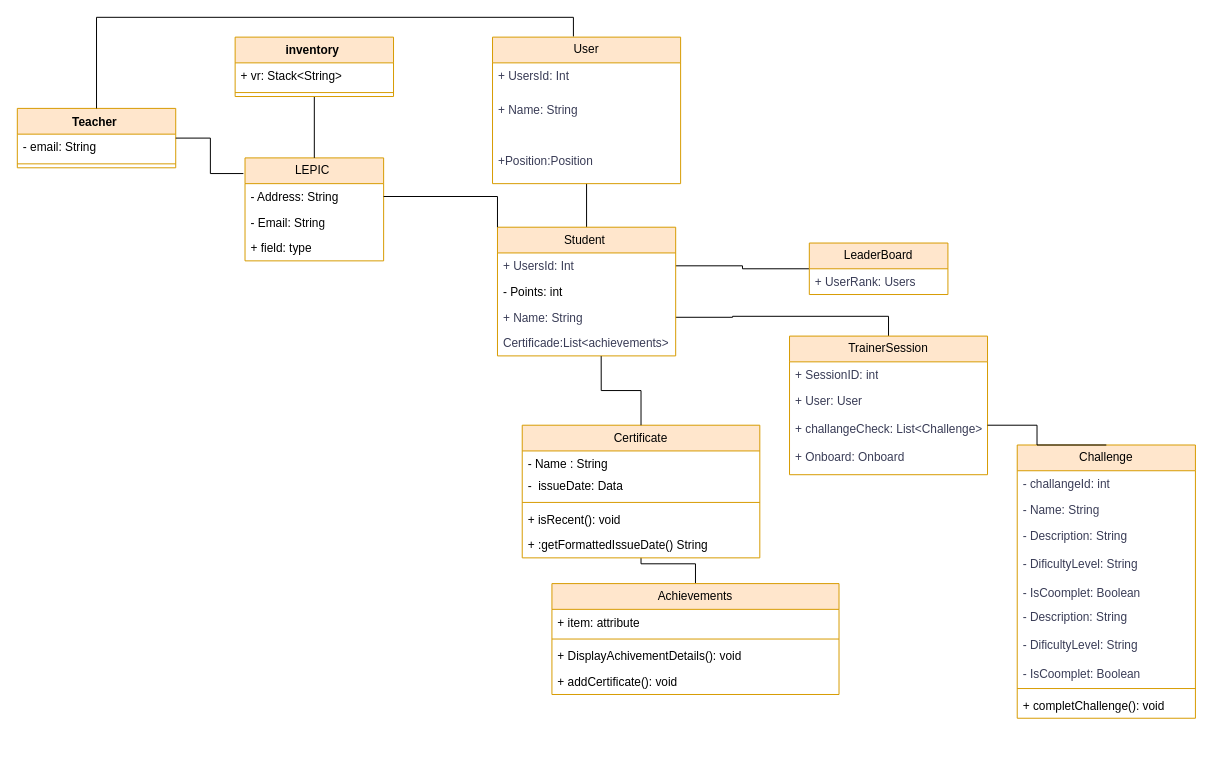
DevCodeMathias/Fiap_challange-2024 keeps this draw.io diagram as src/Model/doc/UML_fiap.drawio. Above is the earlier version. Source tidied: cells renumbered, new cells numbered last; positions are measured from the earlier drawing's top-left corner, leaving out a move shared by most shapes. Both pictures are drawn from the tidied source at 99%, with x=0, y=0 at pixel (17, 17).
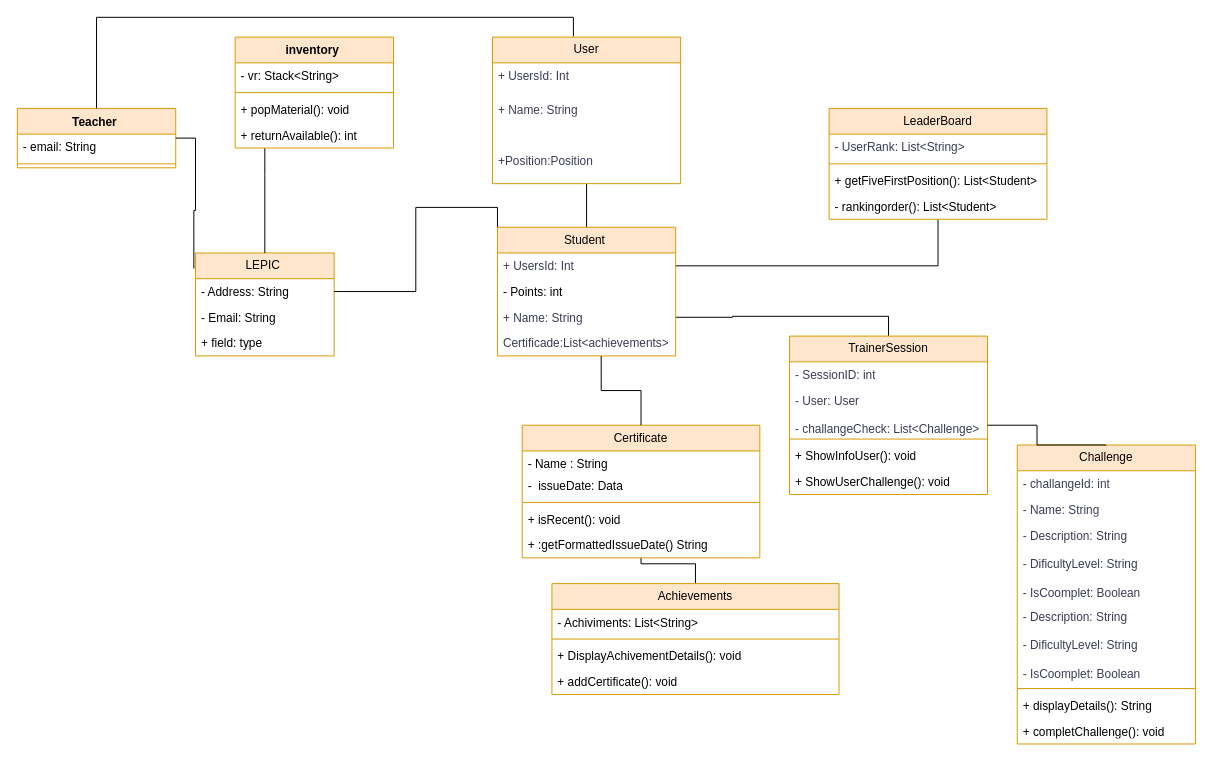
Above is the later version.

The change refers to these unchanged cells:
```xml
<mxCell id="24" value="Achievements" style="swimlane;fontStyle=0;horizontal=1;startSize=26;fillColor=#ffe6cc;whiteSpace=wrap;html=1;strokeColor=#d79b00;" parent="1" vertex="1">
  <mxGeometry x="540" y="572" width="290" height="112" as="geometry" />
</mxCell>
```

Change to the diagram source:
```diff
@@
     <mxCell id="8" value="LeaderBoard" style="swimlane;fontStyle=0;horizontal=1;startSize=26;fillColor=#ffe6cc;whiteSpace=wrap;html=1;labelBackgroundColor=none;strokeColor=#d79b00;" parent="1" vertex="1">
-      <mxGeometry x="800" y="228" width="140" height="52" as="geometry" />
+      <mxGeometry x="820" y="92" width="220" height="112" as="geometry" />
     </mxCell>
-    <mxCell id="9" value="+ UserRank: Users" style="text;strokeColor=none;fillColor=none;align=left;verticalAlign=top;spacingLeft=4;spacingRight=4;overflow=hidden;whiteSpace=wrap;html=1;labelBackgroundColor=none;fontColor=#393C56;" parent="8" vertex="1">
-      <mxGeometry y="26" width="140" height="26" as="geometry" />
+    <mxCell id="9" value="- UserRank: List&amp;lt;String&amp;gt;" style="text;strokeColor=none;fillColor=none;align=left;verticalAlign=top;spacingLeft=4;spacingRight=4;overflow=hidden;whiteSpace=wrap;html=1;labelBackgroundColor=none;fontColor=#393C56;" parent="8" vertex="1">
+      <mxGeometry y="26" width="220" height="26" as="geometry" />
     </mxCell>
+    <mxCell id="55" style="line;strokeWidth=1;fillColor=none;align=left;verticalAlign=middle;spacingTop=-1;spacingLeft=3;spacingRight=3;labelPosition=right;strokeColor=inherit;" parent="8" vertex="1">
+      <mxGeometry y="52" width="220" height="8" as="geometry" />
+    </mxCell>
+    <mxCell id="56" value="+ getFiveFirstPosition(): List&amp;lt;Student&amp;gt;&amp;nbsp;" style="text;strokeColor=none;fillColor=none;align=left;verticalAlign=top;spacingLeft=4;spacingRight=4;overflow=hidden;whiteSpace=wrap;html=1;" parent="8" vertex="1">
+      <mxGeometry y="60" width="220" height="26" as="geometry" />
+    </mxCell>
+    <mxCell id="57" value="- rankingorder(): List&amp;lt;Student&amp;gt;" style="text;strokeColor=none;fillColor=none;align=left;verticalAlign=top;spacingLeft=4;spacingRight=4;overflow=hidden;whiteSpace=wrap;html=1;" parent="8" vertex="1">
+      <mxGeometry y="86" width="220" height="26" as="geometry" />
+    </mxCell>
@@
     <mxCell id="11" value="TrainerSession" style="swimlane;fontStyle=0;horizontal=1;startSize=26;fillColor=#ffe6cc;whiteSpace=wrap;html=1;labelBackgroundColor=none;strokeColor=#d79b00;" parent="1" vertex="1">
-      <mxGeometry x="780" y="322" width="200" height="140" as="geometry" />
+      <mxGeometry x="780" y="322" width="200" height="160" as="geometry" />
     </mxCell>
-    <mxCell id="12" value="+ SessionID: int" style="text;strokeColor=none;fillColor=none;align=left;verticalAlign=top;spacingLeft=4;spacingRight=4;overflow=hidden;whiteSpace=wrap;html=1;labelBackgroundColor=none;fontColor=#393C56;" parent="11" vertex="1">
+    <mxCell id="12" value="- SessionID: int" style="text;strokeColor=none;fillColor=none;align=left;verticalAlign=top;spacingLeft=4;spacingRight=4;overflow=hidden;whiteSpace=wrap;html=1;labelBackgroundColor=none;fontColor=#393C56;" parent="11" vertex="1">
       <mxGeometry y="26" width="200" height="26" as="geometry" />
     </mxCell>
-    <mxCell id="13" value="+ User: User" style="text;strokeColor=none;fillColor=none;align=left;verticalAlign=top;spacingLeft=4;spacingRight=4;overflow=hidden;whiteSpace=wrap;html=1;labelBackgroundColor=none;fontColor=#393C56;" parent="11" vertex="1">
+    <mxCell id="13" value="- User: User" style="text;strokeColor=none;fillColor=none;align=left;verticalAlign=top;spacingLeft=4;spacingRight=4;overflow=hidden;whiteSpace=wrap;html=1;labelBackgroundColor=none;fontColor=#393C56;" parent="11" vertex="1">
       <mxGeometry y="52" width="200" height="28" as="geometry" />
     </mxCell>
-    <mxCell id="14" value="+ challangeCheck: List&amp;lt;Challenge&amp;gt;&lt;div&gt;&lt;br&gt;&lt;/div&gt;&lt;div&gt;+ Onboard: Onboard&lt;div&gt;&lt;br&gt;&lt;/div&gt;&lt;/div&gt;" style="text;strokeColor=none;fillColor=none;align=left;verticalAlign=top;spacingLeft=4;spacingRight=4;overflow=hidden;points=[[0,0.5],[1,0.5]];portConstraint=eastwest;whiteSpace=wrap;html=1;labelBackgroundColor=none;fontColor=#393C56;" parent="11" vertex="1">
-      <mxGeometry y="80" width="200" height="60" as="geometry" />
+    <mxCell id="14" value="- challangeCheck: List&amp;lt;Challenge&amp;gt;&lt;div&gt;&lt;br&gt;&lt;/div&gt;&lt;div&gt;&lt;div&gt;&lt;br&gt;&lt;/div&gt;&lt;/div&gt;" style="text;strokeColor=none;fillColor=none;align=left;verticalAlign=top;spacingLeft=4;spacingRight=4;overflow=hidden;points=[[0,0.5],[1,0.5]];portConstraint=eastwest;whiteSpace=wrap;html=1;labelBackgroundColor=none;fontColor=#393C56;" parent="11" vertex="1">
+      <mxGeometry y="80" width="200" height="20" as="geometry" />
     </mxCell>
+    <mxCell id="58" style="line;strokeWidth=1;fillColor=none;align=left;verticalAlign=middle;spacingTop=-1;spacingLeft=3;spacingRight=3;labelPosition=right;strokeColor=inherit;" parent="11" vertex="1">
+      <mxGeometry y="100" width="200" height="8" as="geometry" />
+    </mxCell>
+    <mxCell id="59" value="+ ShowInfoUser(): void" style="text;strokeColor=none;fillColor=none;align=left;verticalAlign=top;spacingLeft=4;spacingRight=4;overflow=hidden;whiteSpace=wrap;html=1;" parent="11" vertex="1">
+      <mxGeometry y="108" width="200" height="26" as="geometry" />
+    </mxCell>
+    <mxCell id="60" value="+ ShowUserChallenge(): void" style="text;strokeColor=none;fillColor=none;align=left;verticalAlign=top;spacingLeft=4;spacingRight=4;overflow=hidden;whiteSpace=wrap;html=1;" parent="11" vertex="1">
+      <mxGeometry y="134" width="200" height="26" as="geometry" />
+    </mxCell>
     <mxCell id="15" value="Challenge" style="swimlane;fontStyle=0;horizontal=1;startSize=26;fillColor=#ffe6cc;whiteSpace=wrap;html=1;labelBackgroundColor=none;strokeColor=#d79b00;" parent="1" vertex="1">
-      <mxGeometry x="1010" y="432" width="180" height="276" as="geometry" />
+      <mxGeometry x="1010" y="432" width="180" height="302" as="geometry" />
     </mxCell>
@@
+    <mxCell id="61" value="+ displayDetails(): String" style="text;strokeColor=none;fillColor=none;align=left;verticalAlign=top;spacingLeft=4;spacingRight=4;overflow=hidden;whiteSpace=wrap;html=1;" parent="15" vertex="1">
+      <mxGeometry y="250" width="180" height="26" as="geometry" />
+    </mxCell>
     <mxCell id="21" value="+ completChallenge(): void" style="text;strokeColor=none;fillColor=none;align=left;verticalAlign=top;spacingLeft=4;spacingRight=4;overflow=hidden;whiteSpace=wrap;html=1;" parent="15" vertex="1">
-      <mxGeometry y="250" width="180" height="26" as="geometry" />
+      <mxGeometry y="276" width="180" height="26" as="geometry" />
     </mxCell>
@@
-    <mxCell id="25" value="+ item: attribute" style="text;strokeColor=none;fillColor=none;align=left;verticalAlign=top;spacingLeft=4;spacingRight=4;overflow=hidden;whiteSpace=wrap;html=1;" parent="24" vertex="1">
+    <mxCell id="25" value="- Achiviments: List&amp;lt;String&amp;gt;" style="text;strokeColor=none;fillColor=none;align=left;verticalAlign=top;spacingLeft=4;spacingRight=4;overflow=hidden;whiteSpace=wrap;html=1;" parent="24" vertex="1">
       <mxGeometry y="26" width="290" height="26" as="geometry" />
     </mxCell>
@@
     <mxCell id="40" value="LEPIC&amp;nbsp;" style="swimlane;fontStyle=0;horizontal=1;startSize=26;fillColor=#ffe6cc;whiteSpace=wrap;html=1;strokeColor=#d79b00;" parent="1" vertex="1">
-      <mxGeometry x="230" y="142" width="140" height="104" as="geometry" />
+      <mxGeometry x="180" y="238" width="140" height="104" as="geometry" />
     </mxCell>
@@
     <mxCell id="44" style="edgeStyle=orthogonalEdgeStyle;rounded=0;jettySize=auto;html=1;endArrow=none;endFill=0;" parent="1" edge="1" source="45" target="40">
-      <mxGeometry relative="1" as="geometry" />
+      <mxGeometry relative="1" as="geometry">
+        <Array as="points">
+          <mxPoint x="250" y="160" />
+          <mxPoint x="250" y="160" />
+        </Array>
+      </mxGeometry>
     </mxCell>
     <mxCell id="45" value="inventory&amp;nbsp;" style="swimlane;fontStyle=1;align=center;verticalAlign=top;horizontal=1;startSize=26;whiteSpace=wrap;html=1;fillColor=#ffe6cc;strokeColor=#d79b00;" parent="1" vertex="1">
-      <mxGeometry x="220" y="20" width="160" height="60" as="geometry" />
+      <mxGeometry x="220" y="20" width="160" height="112" as="geometry" />
     </mxCell>
-    <mxCell id="46" value="+ vr: Stack&amp;lt;String&amp;gt;" style="text;strokeColor=none;fillColor=none;align=left;verticalAlign=top;spacingLeft=4;spacingRight=4;overflow=hidden;whiteSpace=wrap;html=1;" parent="45" vertex="1">
+    <mxCell id="46" value="- vr: Stack&amp;lt;String&amp;gt;" style="text;strokeColor=none;fillColor=none;align=left;verticalAlign=top;spacingLeft=4;spacingRight=4;overflow=hidden;whiteSpace=wrap;html=1;" parent="45" vertex="1">
       <mxGeometry y="26" width="160" height="26" as="geometry" />
     </mxCell>
@@
+    <mxCell id="62" value="+ popMaterial(): void" style="text;strokeColor=none;fillColor=none;align=left;verticalAlign=top;spacingLeft=4;spacingRight=4;overflow=hidden;whiteSpace=wrap;html=1;" parent="45" vertex="1">
+      <mxGeometry y="60" width="160" height="26" as="geometry" />
+    </mxCell>
+    <mxCell id="63" value="+ returnAvailable(): int" style="text;strokeColor=none;fillColor=none;align=left;verticalAlign=top;spacingLeft=4;spacingRight=4;overflow=hidden;whiteSpace=wrap;html=1;" parent="45" vertex="1">
+      <mxGeometry y="86" width="160" height="26" as="geometry" />
+    </mxCell>
```
